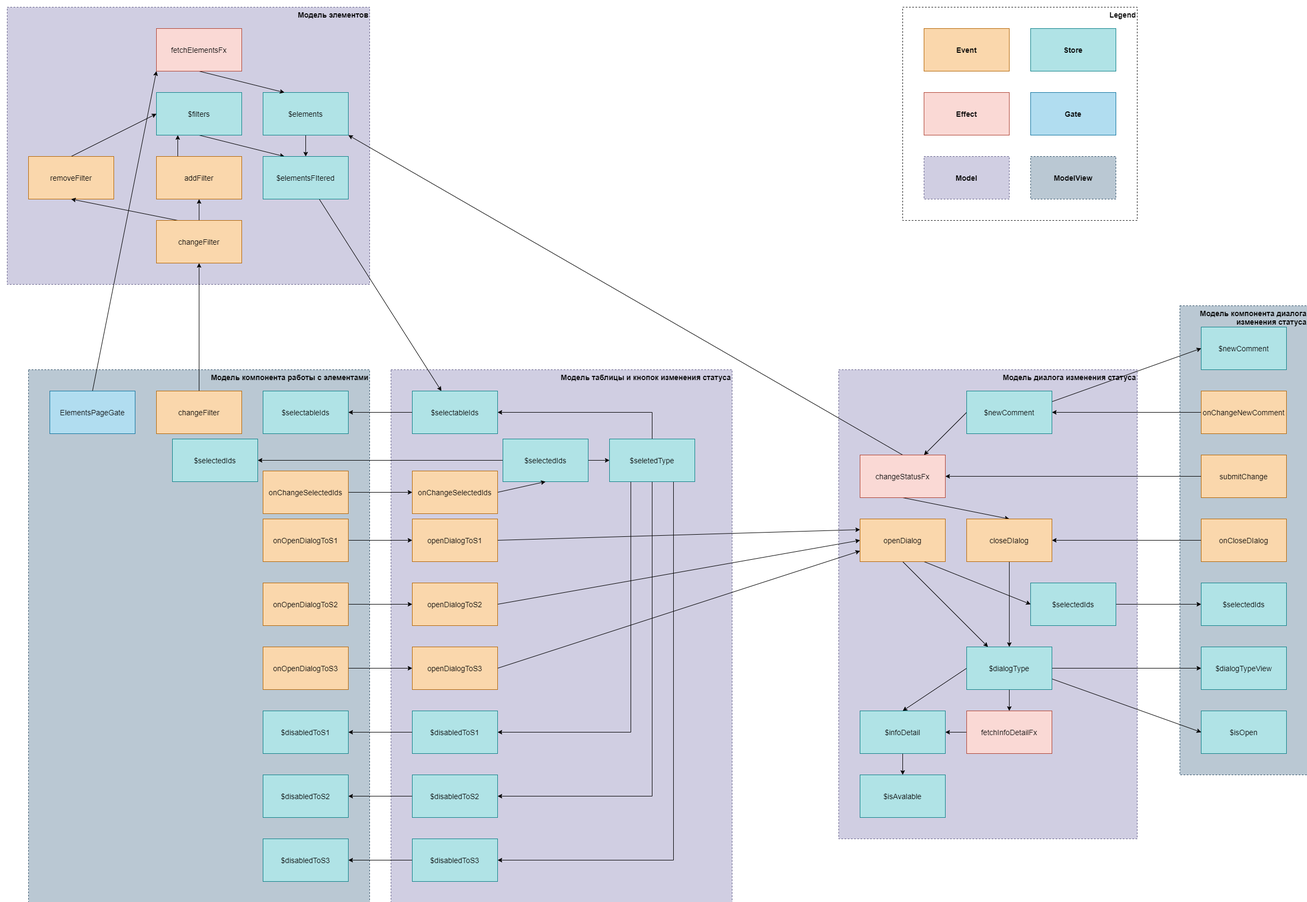
Above: images/elementsControllerModel.png in ZothOmmog/elements-controller (draw.io), before the change. Source tidied: cells renumbered, new cells last; positions are measured from the earlier drawing's top-left corner, leaving out a move shared by most shapes.
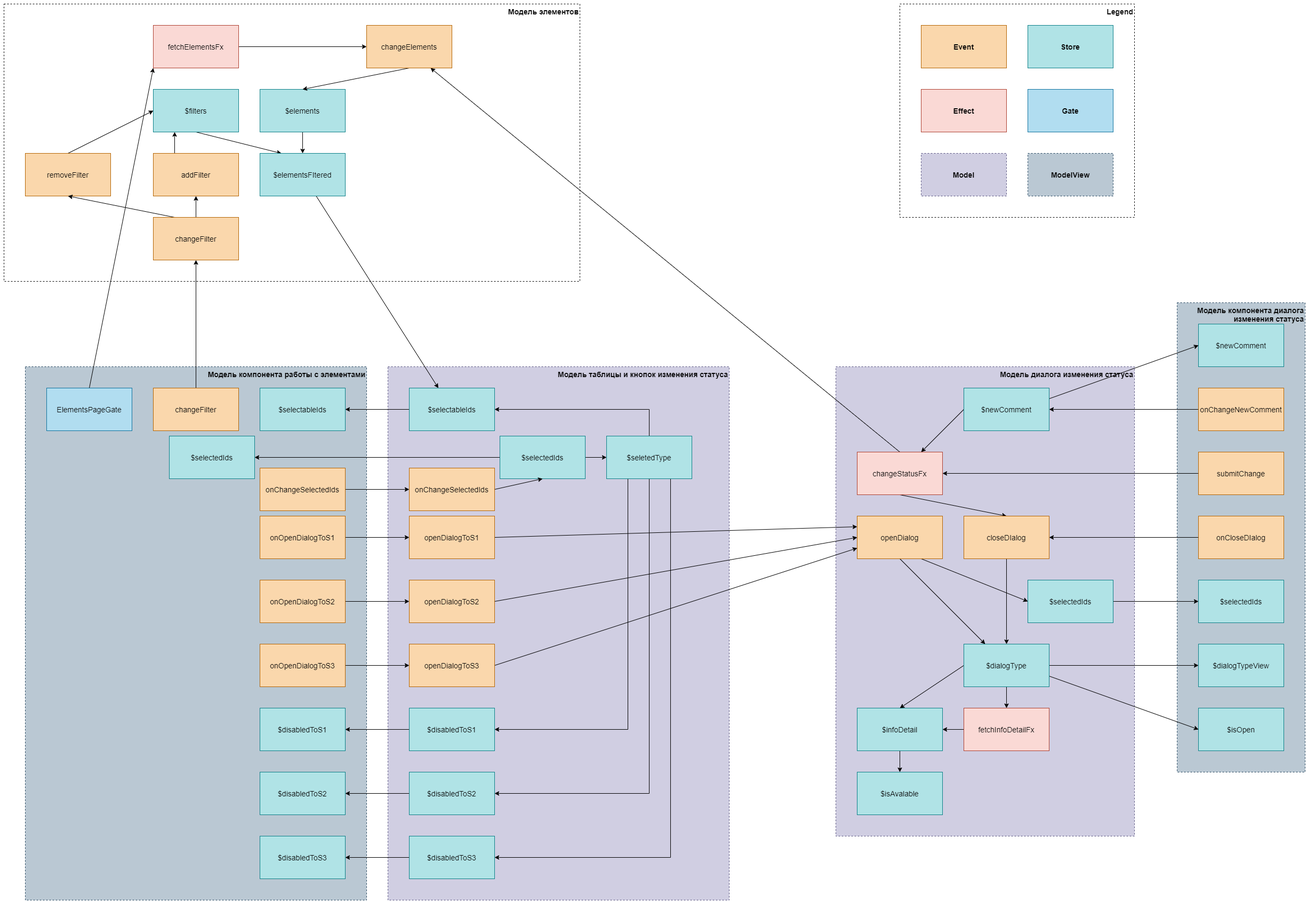
After the commit.

Commit message:
Added changeElements event

What changed in the source:
```diff
@@ -2,8 +2,8 @@
   <root>
     <mxCell id="0" />
     <mxCell id="1" parent="0" />
-    <mxCell id="2" value="Модель элементов" style="rounded=0;whiteSpace=wrap;html=1;fillColor=#d0cee2;dashed=1;verticalAlign=top;align=right;fontSize=14;fontStyle=1;strokeColor=#56517e;" parent="1" vertex="1">
-      <mxGeometry width="680" height="520" as="geometry" />
+    <mxCell id="2" value="Модель элементов" style="rounded=0;whiteSpace=wrap;html=1;fillColor=none;dashed=1;verticalAlign=top;align=right;fontSize=14;fontStyle=1;" parent="1" vertex="1">
+      <mxGeometry width="1080" height="520" as="geometry" />
     </mxCell>
     <mxCell id="3" style="edgeStyle=none;rounded=0;jettySize=auto;html=1;exitX=0.5;exitY=0;exitDx=0;exitDy=0;entryX=0;entryY=0.5;entryDx=0;entryDy=0;" parent="1" edge="1" source="4" target="13">
       <mxGeometry relative="1" as="geometry" />
@@ -44,13 +44,13 @@
     <mxCell id="15" value="$elementsFItered" style="rounded=0;whiteSpace=wrap;html=1;fontSize=14;align=center;fillColor=#b0e3e6;strokeColor=#0e8088;" parent="1" vertex="1">
       <mxGeometry x="480" y="280" width="160" height="80" as="geometry" />
     </mxCell>
-    <mxCell id="16" style="edgeStyle=none;rounded=0;jettySize=auto;html=1;exitX=0.5;exitY=1;exitDx=0;exitDy=0;entryX=0.25;entryY=0;entryDx=0;entryDy=0;fontSize=14;" parent="1" edge="1" source="17" target="11">
-      <mxGeometry relative="1" as="geometry" />
-    </mxCell>
+    <mxCell id="104" style="edgeStyle=orthogonalEdgeStyle;rounded=0;jettySize=auto;html=1;exitX=1;exitY=0.5;exitDx=0;exitDy=0;entryX=0;entryY=0.5;entryDx=0;entryDy=0;" parent="1" edge="1" source="17" target="106">
+      <mxGeometry relative="1" as="geometry" />
+    </mxCell>
     <mxCell id="17" value="fetchElementsFx" style="rounded=0;whiteSpace=wrap;html=1;fontSize=14;align=center;fillColor=#fad9d5;strokeColor=#ae4132;" parent="1" vertex="1">
       <mxGeometry x="280" y="40" width="160" height="80" as="geometry" />
     </mxCell>
-    <mxCell id="18" style="edgeStyle=none;rounded=0;jettySize=auto;html=1;fontSize=14;entryX=1;entryY=1;entryDx=0;entryDy=0;exitX=0.5;exitY=0;exitDx=0;exitDy=0;" parent="1" edge="1" source="20" target="11">
+    <mxCell id="18" style="edgeStyle=none;rounded=0;jettySize=auto;html=1;fontSize=14;entryX=0.75;entryY=1;entryDx=0;entryDy=0;exitX=0.5;exitY=0;exitDx=0;exitDy=0;" parent="1" edge="1" source="20" target="106">
       <mxGeometry relative="1" as="geometry" />
     </mxCell>
     <mxCell id="19" style="edgeStyle=none;rounded=0;jettySize=auto;html=1;exitX=0.5;exitY=1;exitDx=0;exitDy=0;entryX=0.5;entryY=0;entryDx=0;entryDy=0;fontSize=14;" parent="1" edge="1" source="20" target="34">
@@ -308,5 +308,11 @@
     <mxCell id="103" value="onChangeSelectedIds" style="rounded=0;whiteSpace=wrap;html=1;fontSize=14;align=center;fillColor=#fad7ac;strokeColor=#b46504;" parent="1" vertex="1">
       <mxGeometry x="760" y="870" width="160" height="80" as="geometry" />
     </mxCell>
+    <mxCell id="105" style="rounded=0;jettySize=auto;html=1;exitX=0.5;exitY=1;exitDx=0;exitDy=0;entryX=0.5;entryY=0;entryDx=0;entryDy=0;" parent="1" edge="1" source="106" target="11">
+      <mxGeometry relative="1" as="geometry" />
+    </mxCell>
+    <mxCell id="106" value="changeElements" style="rounded=0;whiteSpace=wrap;html=1;fontSize=14;align=center;fillColor=#fad7ac;strokeColor=#b46504;" parent="1" vertex="1">
+      <mxGeometry x="680" y="40" width="160" height="80" as="geometry" />
+    </mxCell>
   </root>
 </mxGraphModel>
```
